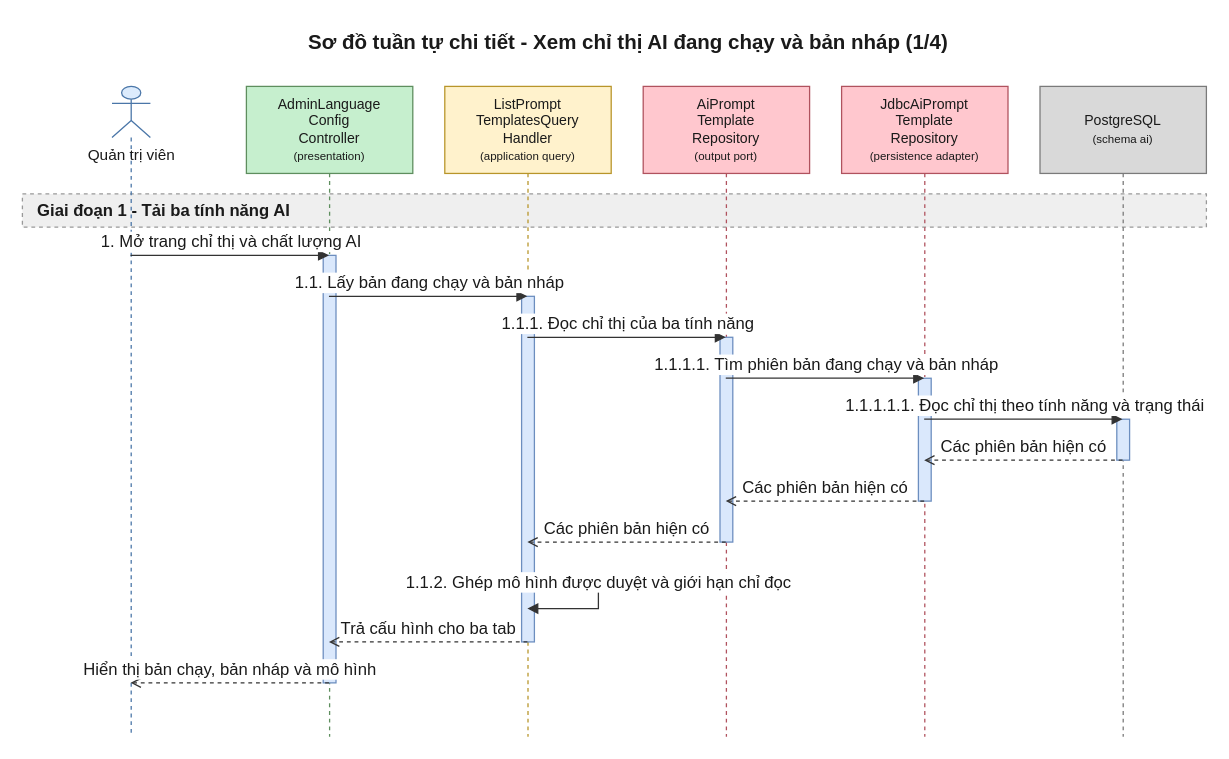
Before: 08-diagram/sequence/admin/sequence_admin_cau_hinh_prompt_ai_p1.drawio in daiphu1801/PRJ_ALGOPREP, a draw.io diagram. Source tidied: cells renumbered, new cells numbered last; positions are measured from the earlier drawing's top-left corner, leaving out a move shared by most shapes. Both pictures are drawn from the tidied source at 128%, with x=0, y=0 at pixel (22, 22).
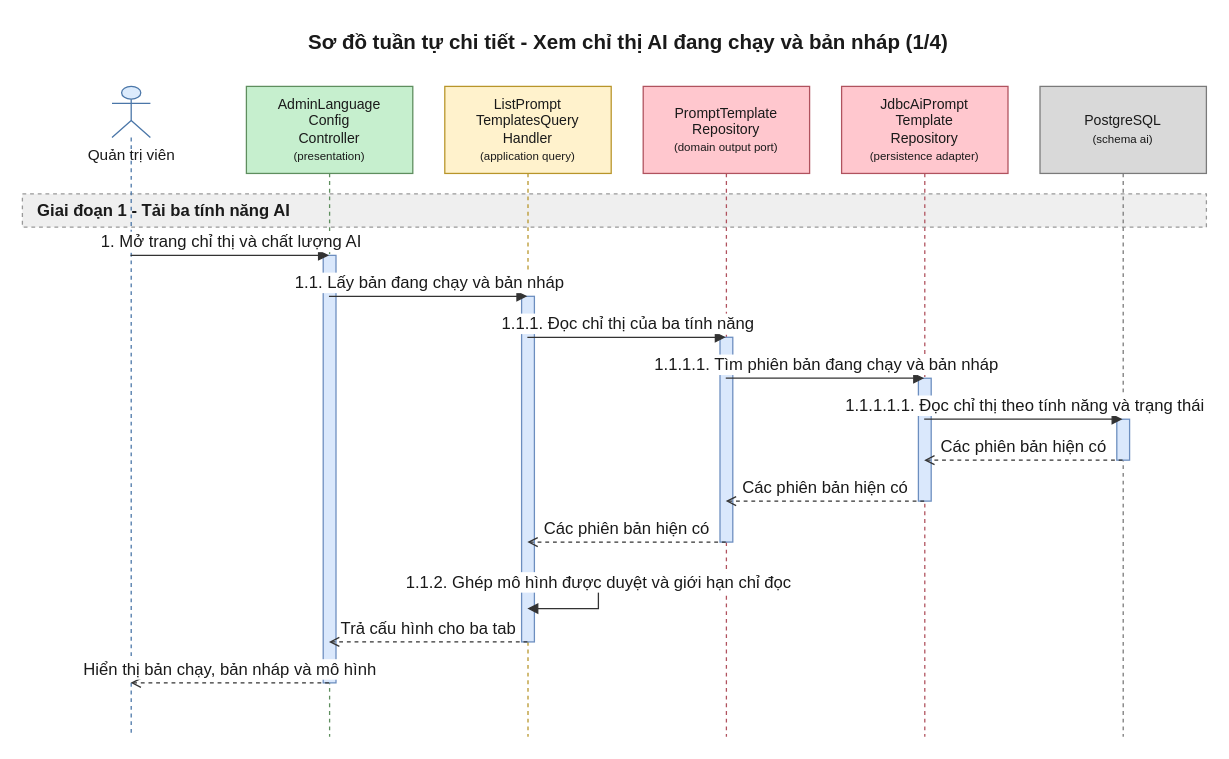
After the change.

Diff of the diagram source:
```diff
@@
-    <mxCell id="7" value="AiPrompt&lt;br&gt;Template&lt;br&gt;Repository&lt;br&gt;&lt;font style=&quot;font-size:9px&quot;&gt;(output port)&lt;/font&gt;" style="shape=umlLifeline;perimeter=lifelinePerimeter;whiteSpace=wrap;html=1;outlineConnect=0;size=68;fontSize=11;fillColor=#FFC7CE;strokeColor=#B0525E;fontColor=#1A1A1A;" parent="1" vertex="1">
+    <mxCell id="7" value="PromptTemplate&lt;br&gt;Repository&lt;br&gt;&lt;font style=&quot;font-size:9px&quot;&gt;(domain output port)&lt;/font&gt;" style="shape=umlLifeline;perimeter=lifelinePerimeter;whiteSpace=wrap;html=1;outlineConnect=0;size=68;fontSize=11;fillColor=#FFC7CE;strokeColor=#B0525E;fontColor=#1A1A1A;" parent="1" vertex="1">
       <mxGeometry x="485" y="50" width="130" height="508" as="geometry" />
     </mxCell>
```
